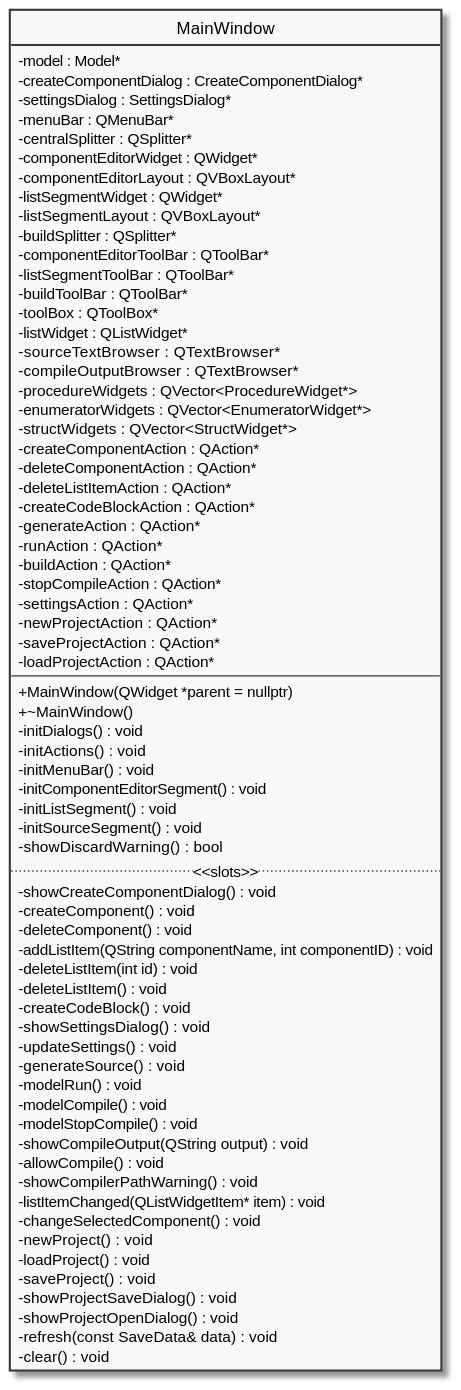
pecku/szakdoga keeps this PlantUML diagram as diagram/docs/MainWindow.svg. Above is the earlier version. Its diagram source:
```plantuml
@startuml MainWindow

skinparam Monochrome true
skinparam ClassAttributeIconSize 0
hide circle
hide enum methods

class MainWindow
{
    - model : Model*
    - createComponentDialog : CreateComponentDialog*
    - settingsDialog : SettingsDialog*
    - menuBar : QMenuBar*
    - centralSplitter : QSplitter*
    - componentEditorWidget : QWidget*
    - componentEditorLayout : QVBoxLayout*
    - listSegmentWidget : QWidget*
    - listSegmentLayout : QVBoxLayout*
    - buildSplitter : QSplitter*
    - componentEditorToolBar : QToolBar*
    - listSegmentToolBar : QToolBar*
    - buildToolBar : QToolBar*
    - toolBox : QToolBox*
    - listWidget : QListWidget*
    - sourceTextBrowser : QTextBrowser*
    - compileOutputBrowser : QTextBrowser*
    - procedureWidgets : QVector<ProcedureWidget*>
    - enumeratorWidgets : QVector<EnumeratorWidget*>
    - structWidgets : QVector<StructWidget*>
    - createComponentAction : QAction*
    - deleteComponentAction : QAction*
    - deleteListItemAction : QAction*
    - createCodeBlockAction : QAction*
    - generateAction : QAction*
    - runAction : QAction*
    - buildAction : QAction*
    - stopCompileAction : QAction*
    - settingsAction : QAction*
    - newProjectAction : QAction*
    - saveProjectAction : QAction*
    - loadProjectAction : QAction*
--
    + MainWindow(QWidget *parent = nullptr)
    + ~MainWindow()
    - initDialogs() : void
    - initActions() : void
    - initMenuBar() : void
    - initComponentEditorSegment() : void
    - initListSegment() : void
    - initSourceSegment() : void
    - showDiscardWarning() : bool
.. <<slots>> ..
    - showCreateComponentDialog() : void
    - createComponent() : void
    - deleteComponent() : void
    - addListItem(QString componentName, int componentID) : void
    - deleteListItem(int id) : void
    - deleteListItem() : void
    - createCodeBlock() : void
    - showSettingsDialog() : void
    - updateSettings() : void
    - generateSource() : void
    - modelRun() : void
    - modelCompile() : void
    - modelStopCompile() : void
    - showCompileOutput(QString output) : void
    - allowCompile() : void
    - showCompilerPathWarning() : void
    - listItemChanged(QListWidgetItem* item) : void
    - changeSelectedComponent() : void
    - newProject() : void
    - loadProject() : void
    - saveProject() : void
    - showProjectSaveDialog() : void
    - showProjectOpenDialog() : void
    - refresh(const SaveData& data) : void
    - clear() : void
}

@enduml
```
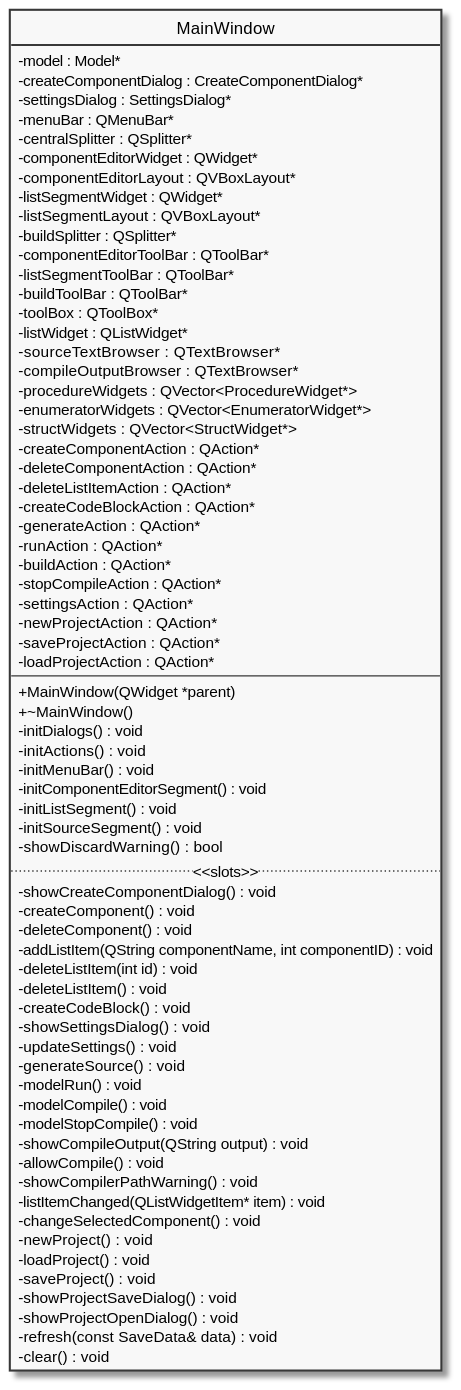
After the commit.

The edit, as a diff of the source:
```diff
@@ -40,7 +40,7 @@
     - saveProjectAction : QAction*
     - loadProjectAction : QAction*
 --
-    + MainWindow(QWidget *parent = nullptr)
+    + MainWindow(QWidget *parent)
     + ~MainWindow()
     - initDialogs() : void
     - initActions() : void
```
